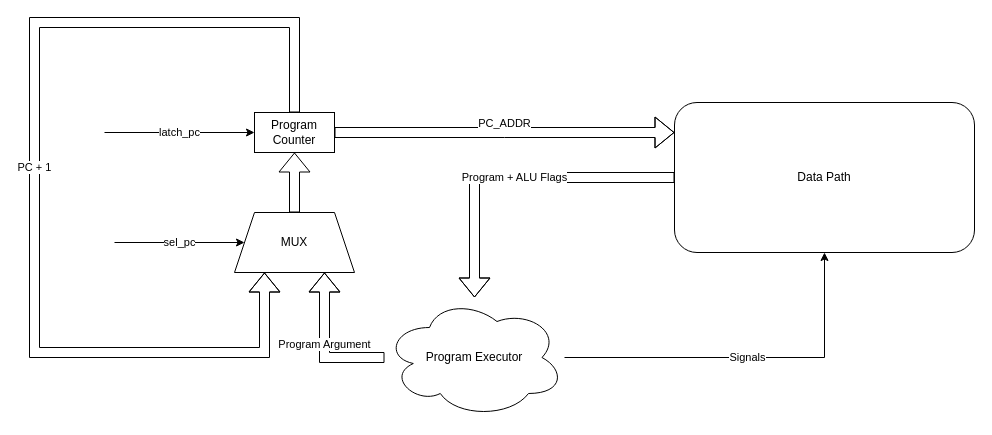
The draw.io diagram docs/schemes/cu.drawio in FEgor04/csa-lab3, before the edit. Source tidied: cells renumbered, new cells numbered last; positions are measured from the earlier drawing's top-left corner, leaving out a move shared by most shapes. Both pictures are drawn from the tidied source at 100%, with x=0, y=0 at pixel (34, 22).
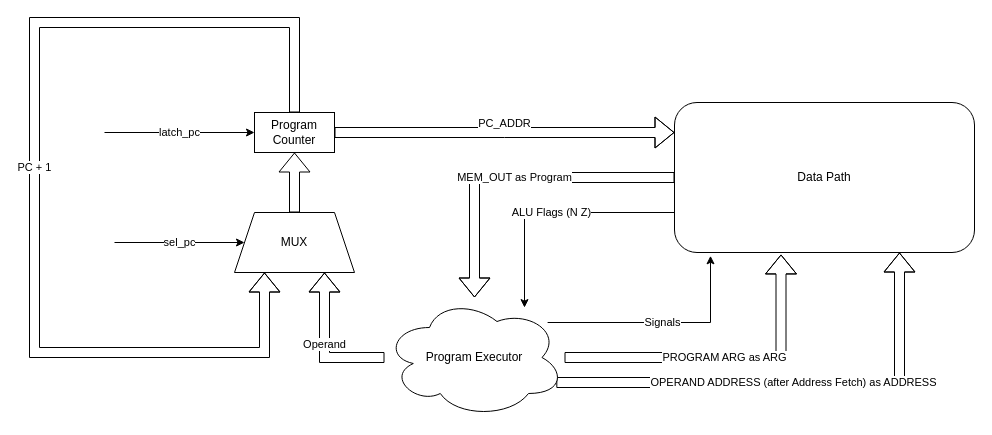
The same page after the edit.

Commit message (it also covers changes not shown here):
feat: address fetch

The change refers to these unchanged cells:
```xml
<mxCell id="6" value="Data Path" style="rounded=1;whiteSpace=wrap;html=1;" parent="1" vertex="1">
  <mxGeometry x="640" y="80" width="300" height="150" as="geometry" />
</mxCell>
<mxCell id="10" value="Program Executor" style="ellipse;shape=cloud;whiteSpace=wrap;html=1;" parent="1" vertex="1">
  <mxGeometry x="350" y="275" width="180" height="120" as="geometry" />
</mxCell>
<mxCell id="12" value="MUX" style="shape=trapezoid;perimeter=trapezoidPerimeter;whiteSpace=wrap;html=1;fixedSize=1;" parent="1" vertex="1">
  <mxGeometry x="200" y="190" width="120" height="60" as="geometry" />
</mxCell>
```

What changed in the source:
```diff
@@
-    <mxCell id="5" value="Program + ALU Flags" style="edgeStyle=orthogonalEdgeStyle;rounded=0;jettySize=auto;html=1;shape=flexArrow;" parent="1" edge="1" source="6" target="10">
+    <mxCell id="5" value="MEM_OUT as Program" style="edgeStyle=orthogonalEdgeStyle;rounded=0;jettySize=auto;html=1;shape=flexArrow;" parent="1" edge="1" source="6" target="10">
       <mxGeometry relative="1" as="geometry" />
     </mxCell>
+    <mxCell id="14" value="ALU Flags (N Z)" style="edgeStyle=orthogonalEdgeStyle;rounded=0;jettySize=auto;html=1;" parent="1" edge="1" source="6" target="10">
+      <mxGeometry relative="1" as="geometry">
+        <Array as="points">
+          <mxPoint x="490" y="190" />
+        </Array>
+      </mxGeometry>
+    </mxCell>
@@
-    <mxCell id="8" value="Signals" style="edgeStyle=orthogonalEdgeStyle;rounded=0;jettySize=auto;html=1;entryX=0.5;entryY=1;entryDx=0;entryDy=0;" parent="1" edge="1" source="10" target="6">
-      <mxGeometry relative="1" as="geometry" />
+    <mxCell id="8" value="Signals" style="edgeStyle=orthogonalEdgeStyle;rounded=0;jettySize=auto;html=1;entryX=0.12;entryY=1.022;entryDx=0;entryDy=0;entryPerimeter=0;" parent="1" edge="1" source="10" target="6">
+      <mxGeometry relative="1" as="geometry">
+        <Array as="points">
+          <mxPoint x="676" y="300" />
+        </Array>
+      </mxGeometry>
     </mxCell>
-    <mxCell id="9" value="Program Argument" style="edgeStyle=orthogonalEdgeStyle;rounded=0;jettySize=auto;html=1;entryX=0.75;entryY=1;entryDx=0;entryDy=0;shape=flexArrow;" parent="1" edge="1" source="10" target="12">
+    <mxCell id="9" value="Operand" style="edgeStyle=orthogonalEdgeStyle;rounded=0;jettySize=auto;html=1;entryX=0.75;entryY=1;entryDx=0;entryDy=0;shape=flexArrow;" parent="1" edge="1" source="10" target="12">
       <mxGeometry relative="1" as="geometry" />
     </mxCell>
+    <mxCell id="15" value="OPERAND ADDRESS (after Address Fetch) as ADDRESS" style="edgeStyle=orthogonalEdgeStyle;rounded=0;jettySize=auto;html=1;entryX=0.75;entryY=1;entryDx=0;entryDy=0;shape=flexArrow;" parent="1" edge="1" source="10" target="6">
+      <mxGeometry relative="1" as="geometry">
+        <Array as="points">
+          <mxPoint x="865" y="360" />
+        </Array>
+      </mxGeometry>
+    </mxCell>
@@
+    <mxCell id="16" value="PROGRAM ARG as ARG" style="edgeStyle=orthogonalEdgeStyle;rounded=0;jettySize=auto;html=1;entryX=0.355;entryY=1.013;entryDx=0;entryDy=0;entryPerimeter=0;shape=flexArrow;" parent="1" edge="1" source="10" target="6">
+      <mxGeometry relative="1" as="geometry" />
+    </mxCell>
```
